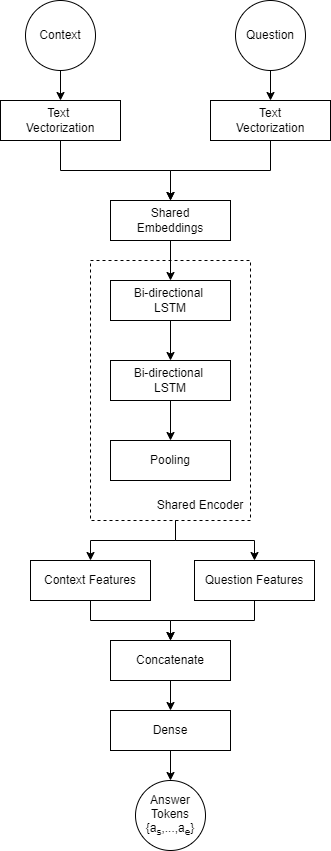
petrosgk/aisera_nlp_project keeps this draw.io diagram as qas_model.png. Above is the earlier version. Source tidied: cells renumbered, new cells last; positions are measured from the earlier drawing's top-left corner, leaving out a move shared by most shapes. Its diagram source:
```xml
<mxGraphModel>
  <root>
    <mxCell id="0" />
    <mxCell id="1" parent="0" />
    <mxCell id="2" style="rounded=0;whiteSpace=wrap;html=1;dashed=1;" parent="1" vertex="1">
      <mxGeometry x="90" y="260" width="160" height="260" as="geometry" />
    </mxCell>
    <mxCell id="3" style="edgeStyle=orthogonalEdgeStyle;rounded=0;jettySize=auto;html=1;exitX=0.5;exitY=1;exitDx=0;exitDy=0;" parent="1" edge="1" source="4" target="12">
      <mxGeometry relative="1" as="geometry" />
    </mxCell>
    <mxCell id="4" value="Text &lt;br&gt;Vectorization" style="rounded=0;whiteSpace=wrap;html=1;" parent="1" vertex="1">
      <mxGeometry y="100" width="120" height="40" as="geometry" />
    </mxCell>
    <mxCell id="5" style="edgeStyle=orthogonalEdgeStyle;rounded=0;jettySize=auto;html=1;exitX=0.5;exitY=1;exitDx=0;exitDy=0;entryX=0.5;entryY=0;entryDx=0;entryDy=0;" parent="1" edge="1" source="6" target="12">
      <mxGeometry relative="1" as="geometry" />
    </mxCell>
    <mxCell id="6" value="Text&lt;br&gt;Vectorization" style="rounded=0;whiteSpace=wrap;html=1;" parent="1" vertex="1">
      <mxGeometry x="210" y="100" width="120" height="40" as="geometry" />
    </mxCell>
    <mxCell id="7" style="edgeStyle=orthogonalEdgeStyle;rounded=0;jettySize=auto;html=1;" parent="1" edge="1" source="8" target="4">
      <mxGeometry relative="1" as="geometry" />
    </mxCell>
    <mxCell id="8" value="Context" style="ellipse;whiteSpace=wrap;html=1;" parent="1" vertex="1">
      <mxGeometry x="25" width="70" height="70" as="geometry" />
    </mxCell>
    <mxCell id="9" style="edgeStyle=orthogonalEdgeStyle;rounded=0;jettySize=auto;html=1;" parent="1" edge="1" source="10" target="6">
      <mxGeometry relative="1" as="geometry" />
    </mxCell>
    <mxCell id="10" value="Question" style="ellipse;whiteSpace=wrap;html=1;" parent="1" vertex="1">
      <mxGeometry x="235" width="70" height="70" as="geometry" />
    </mxCell>
    <mxCell id="11" style="edgeStyle=orthogonalEdgeStyle;rounded=0;jettySize=auto;html=1;" parent="1" edge="1" source="12" target="14">
      <mxGeometry relative="1" as="geometry" />
    </mxCell>
    <mxCell id="12" value="Shared&lt;br&gt;Embeddings" style="rounded=0;whiteSpace=wrap;html=1;" parent="1" vertex="1">
      <mxGeometry x="110" y="200" width="120" height="40" as="geometry" />
    </mxCell>
    <mxCell id="13" style="edgeStyle=orthogonalEdgeStyle;rounded=0;jettySize=auto;html=1;" parent="1" edge="1" source="14" target="16">
      <mxGeometry relative="1" as="geometry" />
    </mxCell>
    <mxCell id="14" value="Bi-directional&amp;nbsp;&lt;br&gt;LSTM" style="rounded=0;whiteSpace=wrap;html=1;" parent="1" vertex="1">
      <mxGeometry x="110" y="280" width="120" height="40" as="geometry" />
    </mxCell>
    <mxCell id="15" style="edgeStyle=orthogonalEdgeStyle;rounded=0;jettySize=auto;html=1;" parent="1" edge="1" source="16" target="20">
      <mxGeometry relative="1" as="geometry" />
    </mxCell>
    <mxCell id="16" value="Bi-directional&amp;nbsp;&lt;br&gt;LSTM" style="rounded=0;whiteSpace=wrap;html=1;" parent="1" vertex="1">
      <mxGeometry x="110" y="360" width="120" height="40" as="geometry" />
    </mxCell>
    <mxCell id="17" style="edgeStyle=orthogonalEdgeStyle;rounded=0;jettySize=auto;html=1;exitX=0.25;exitY=1;exitDx=0;exitDy=0;entryX=0.5;entryY=0;entryDx=0;entryDy=0;fontFamily=Helvetica;fontSize=12;fontColor=default;" parent="1" edge="1" source="19" target="25">
      <mxGeometry relative="1" as="geometry" />
    </mxCell>
    <mxCell id="18" style="edgeStyle=orthogonalEdgeStyle;rounded=0;jettySize=auto;html=1;exitX=0.25;exitY=1;exitDx=0;exitDy=0;entryX=0.5;entryY=0;entryDx=0;entryDy=0;fontFamily=Helvetica;fontSize=12;fontColor=default;" parent="1" edge="1" source="19" target="27">
      <mxGeometry relative="1" as="geometry" />
    </mxCell>
    <mxCell id="19" value="Shared Encoder" style="text;html=1;strokeColor=none;fillColor=none;align=center;verticalAlign=middle;whiteSpace=wrap;rounded=0;dashed=1;" parent="1" vertex="1">
      <mxGeometry x="150" y="490" width="100" height="30" as="geometry" />
    </mxCell>
    <mxCell id="20" value="Pooling" style="rounded=0;whiteSpace=wrap;html=1;" parent="1" vertex="1">
      <mxGeometry x="110" y="440" width="120" height="40" as="geometry" />
    </mxCell>
    <mxCell id="21" style="edgeStyle=orthogonalEdgeStyle;rounded=0;jettySize=auto;html=1;fontFamily=Helvetica;fontSize=12;fontColor=default;" parent="1" edge="1" source="22" target="23">
      <mxGeometry relative="1" as="geometry" />
    </mxCell>
    <mxCell id="22" value="Dense" style="rounded=0;whiteSpace=wrap;html=1;" parent="1" vertex="1">
      <mxGeometry x="110" y="710" width="120" height="40" as="geometry" />
    </mxCell>
    <mxCell id="23" value="Answer Tokens&lt;br&gt;{a&lt;sub&gt;s&lt;/sub&gt;,...,a&lt;sub&gt;e&lt;/sub&gt;}" style="ellipse;whiteSpace=wrap;html=1;" parent="1" vertex="1">
      <mxGeometry x="135" y="780" width="70" height="70" as="geometry" />
    </mxCell>
    <mxCell id="24" style="edgeStyle=orthogonalEdgeStyle;rounded=0;jettySize=auto;html=1;exitX=0.5;exitY=1;exitDx=0;exitDy=0;fontFamily=Helvetica;fontSize=12;fontColor=default;" parent="1" edge="1" source="25" target="29">
      <mxGeometry relative="1" as="geometry" />
    </mxCell>
    <mxCell id="25" value="Context Features" style="rounded=0;whiteSpace=wrap;html=1;" parent="1" vertex="1">
      <mxGeometry x="30" y="560" width="120" height="40" as="geometry" />
    </mxCell>
    <mxCell id="26" style="edgeStyle=orthogonalEdgeStyle;rounded=0;jettySize=auto;html=1;exitX=0.5;exitY=1;exitDx=0;exitDy=0;entryX=0.5;entryY=0;entryDx=0;entryDy=0;fontFamily=Helvetica;fontSize=12;fontColor=default;" parent="1" edge="1" source="27" target="29">
      <mxGeometry relative="1" as="geometry" />
    </mxCell>
    <mxCell id="27" value="Question Features" style="rounded=0;whiteSpace=wrap;html=1;" parent="1" vertex="1">
      <mxGeometry x="194" y="560" width="120" height="40" as="geometry" />
    </mxCell>
    <mxCell id="28" style="edgeStyle=orthogonalEdgeStyle;rounded=0;jettySize=auto;html=1;fontFamily=Helvetica;fontSize=12;fontColor=default;" parent="1" edge="1" source="29" target="22">
      <mxGeometry relative="1" as="geometry" />
    </mxCell>
    <mxCell id="29" value="Concatenate" style="rounded=0;whiteSpace=wrap;html=1;" parent="1" vertex="1">
      <mxGeometry x="110" y="640" width="120" height="40" as="geometry" />
    </mxCell>
  </root>
</mxGraphModel>
```
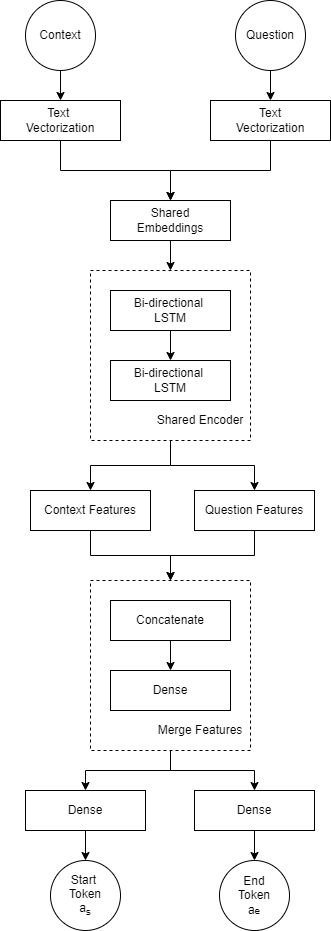
Later version of the same file.

Diff of the diagram source:
```diff
@@ -2,89 +2,107 @@
   <root>
     <mxCell id="0" />
     <mxCell id="1" parent="0" />
-    <mxCell id="2" style="rounded=0;whiteSpace=wrap;html=1;dashed=1;" parent="1" vertex="1">
-      <mxGeometry x="90" y="260" width="160" height="260" as="geometry" />
+    <mxCell id="2" style="edgeStyle=orthogonalEdgeStyle;rounded=0;jettySize=auto;html=1;exitX=0.5;exitY=1;exitDx=0;exitDy=0;entryX=0.5;entryY=0;entryDx=0;entryDy=0;" parent="1" edge="1" source="4" target="23">
+      <mxGeometry relative="1" as="geometry" />
     </mxCell>
-    <mxCell id="3" style="edgeStyle=orthogonalEdgeStyle;rounded=0;jettySize=auto;html=1;exitX=0.5;exitY=1;exitDx=0;exitDy=0;" parent="1" edge="1" source="4" target="12">
+    <mxCell id="3" style="edgeStyle=orthogonalEdgeStyle;rounded=0;jettySize=auto;html=1;exitX=0.5;exitY=1;exitDx=0;exitDy=0;entryX=0.5;entryY=0;entryDx=0;entryDy=0;" parent="1" edge="1" source="4" target="34">
       <mxGeometry relative="1" as="geometry" />
     </mxCell>
-    <mxCell id="4" value="Text &lt;br&gt;Vectorization" style="rounded=0;whiteSpace=wrap;html=1;" parent="1" vertex="1">
-      <mxGeometry y="100" width="120" height="40" as="geometry" />
+    <mxCell id="4" style="rounded=0;whiteSpace=wrap;html=1;dashed=1;" parent="1" vertex="1">
+      <mxGeometry x="90" y="580" width="160" height="170" as="geometry" />
     </mxCell>
-    <mxCell id="5" style="edgeStyle=orthogonalEdgeStyle;rounded=0;jettySize=auto;html=1;exitX=0.5;exitY=1;exitDx=0;exitDy=0;entryX=0.5;entryY=0;entryDx=0;entryDy=0;" parent="1" edge="1" source="6" target="12">
+    <mxCell id="5" style="edgeStyle=orthogonalEdgeStyle;rounded=0;jettySize=auto;html=1;exitX=0.5;exitY=1;exitDx=0;exitDy=0;entryX=0.5;entryY=0;entryDx=0;entryDy=0;" parent="1" edge="1" source="7" target="26">
       <mxGeometry relative="1" as="geometry" />
     </mxCell>
-    <mxCell id="6" value="Text&lt;br&gt;Vectorization" style="rounded=0;whiteSpace=wrap;html=1;" parent="1" vertex="1">
-      <mxGeometry x="210" y="100" width="120" height="40" as="geometry" />
+    <mxCell id="6" style="edgeStyle=orthogonalEdgeStyle;rounded=0;jettySize=auto;html=1;exitX=0.5;exitY=1;exitDx=0;exitDy=0;entryX=0.5;entryY=0;entryDx=0;entryDy=0;" parent="1" edge="1" source="7" target="28">
+      <mxGeometry relative="1" as="geometry" />
     </mxCell>
-    <mxCell id="7" style="edgeStyle=orthogonalEdgeStyle;rounded=0;jettySize=auto;html=1;" parent="1" edge="1" source="8" target="4">
-      <mxGeometry relative="1" as="geometry" />
+    <mxCell id="7" style="rounded=0;whiteSpace=wrap;html=1;dashed=1;" parent="1" vertex="1">
+      <mxGeometry x="90" y="270" width="160" height="170" as="geometry" />
     </mxCell>
-    <mxCell id="8" value="Context" style="ellipse;whiteSpace=wrap;html=1;" parent="1" vertex="1">
-      <mxGeometry x="25" width="70" height="70" as="geometry" />
+    <mxCell id="8" style="edgeStyle=orthogonalEdgeStyle;rounded=0;jettySize=auto;html=1;exitX=0.5;exitY=1;exitDx=0;exitDy=0;" parent="1" edge="1" source="9" target="17">
+      <mxGeometry relative="1" as="geometry" />
     </mxCell>
-    <mxCell id="9" style="edgeStyle=orthogonalEdgeStyle;rounded=0;jettySize=auto;html=1;" parent="1" edge="1" source="10" target="6">
-      <mxGeometry relative="1" as="geometry" />
+    <mxCell id="9" value="Text &lt;br&gt;Vectorization" style="rounded=0;whiteSpace=wrap;html=1;" parent="1" vertex="1">
+      <mxGeometry y="100" width="120" height="40" as="geometry" />
     </mxCell>
-    <mxCell id="10" value="Question" style="ellipse;whiteSpace=wrap;html=1;" parent="1" vertex="1">
-      <mxGeometry x="235" width="70" height="70" as="geometry" />
+    <mxCell id="10" style="edgeStyle=orthogonalEdgeStyle;rounded=0;jettySize=auto;html=1;exitX=0.5;exitY=1;exitDx=0;exitDy=0;entryX=0.5;entryY=0;entryDx=0;entryDy=0;" parent="1" edge="1" source="11" target="17">
+      <mxGeometry relative="1" as="geometry" />
     </mxCell>
-    <mxCell id="11" style="edgeStyle=orthogonalEdgeStyle;rounded=0;jettySize=auto;html=1;" parent="1" edge="1" source="12" target="14">
-      <mxGeometry relative="1" as="geometry" />
+    <mxCell id="11" value="Text&lt;br&gt;Vectorization" style="rounded=0;whiteSpace=wrap;html=1;" parent="1" vertex="1">
+      <mxGeometry x="210" y="100" width="120" height="40" as="geometry" />
     </mxCell>
-    <mxCell id="12" value="Shared&lt;br&gt;Embeddings" style="rounded=0;whiteSpace=wrap;html=1;" parent="1" vertex="1">
-      <mxGeometry x="110" y="200" width="120" height="40" as="geometry" />
+    <mxCell id="12" style="edgeStyle=orthogonalEdgeStyle;rounded=0;jettySize=auto;html=1;" parent="1" edge="1" source="13" target="9">
+      <mxGeometry relative="1" as="geometry" />
     </mxCell>
-    <mxCell id="13" style="edgeStyle=orthogonalEdgeStyle;rounded=0;jettySize=auto;html=1;" parent="1" edge="1" source="14" target="16">
-      <mxGeometry relative="1" as="geometry" />
+    <mxCell id="13" value="Context" style="ellipse;whiteSpace=wrap;html=1;" parent="1" vertex="1">
+      <mxGeometry x="25" width="70" height="70" as="geometry" />
     </mxCell>
-    <mxCell id="14" value="Bi-directional&amp;nbsp;&lt;br&gt;LSTM" style="rounded=0;whiteSpace=wrap;html=1;" parent="1" vertex="1">
-      <mxGeometry x="110" y="280" width="120" height="40" as="geometry" />
+    <mxCell id="14" style="edgeStyle=orthogonalEdgeStyle;rounded=0;jettySize=auto;html=1;" parent="1" edge="1" source="15" target="11">
+      <mxGeometry relative="1" as="geometry" />
     </mxCell>
-    <mxCell id="15" style="edgeStyle=orthogonalEdgeStyle;rounded=0;jettySize=auto;html=1;" parent="1" edge="1" source="16" target="20">
-      <mxGeometry relative="1" as="geometry" />
+    <mxCell id="15" value="Question" style="ellipse;whiteSpace=wrap;html=1;" parent="1" vertex="1">
+      <mxGeometry x="235" width="70" height="70" as="geometry" />
     </mxCell>
-    <mxCell id="16" value="Bi-directional&amp;nbsp;&lt;br&gt;LSTM" style="rounded=0;whiteSpace=wrap;html=1;" parent="1" vertex="1">
-      <mxGeometry x="110" y="360" width="120" height="40" as="geometry" />
+    <mxCell id="16" style="edgeStyle=orthogonalEdgeStyle;rounded=0;jettySize=auto;html=1;exitX=0.5;exitY=1;exitDx=0;exitDy=0;entryX=0.5;entryY=0;entryDx=0;entryDy=0;" parent="1" edge="1" source="17" target="7">
+      <mxGeometry relative="1" as="geometry" />
     </mxCell>
-    <mxCell id="17" style="edgeStyle=orthogonalEdgeStyle;rounded=0;jettySize=auto;html=1;exitX=0.25;exitY=1;exitDx=0;exitDy=0;entryX=0.5;entryY=0;entryDx=0;entryDy=0;fontFamily=Helvetica;fontSize=12;fontColor=default;" parent="1" edge="1" source="19" target="25">
-      <mxGeometry relative="1" as="geometry" />
+    <mxCell id="17" value="Shared&lt;br&gt;Embeddings" style="rounded=0;whiteSpace=wrap;html=1;" parent="1" vertex="1">
+      <mxGeometry x="110" y="200" width="120" height="40" as="geometry" />
     </mxCell>
-    <mxCell id="18" style="edgeStyle=orthogonalEdgeStyle;rounded=0;jettySize=auto;html=1;exitX=0.25;exitY=1;exitDx=0;exitDy=0;entryX=0.5;entryY=0;entryDx=0;entryDy=0;fontFamily=Helvetica;fontSize=12;fontColor=default;" parent="1" edge="1" source="19" target="27">
+    <mxCell id="18" style="edgeStyle=orthogonalEdgeStyle;rounded=0;jettySize=auto;html=1;" parent="1" edge="1" source="19" target="20">
       <mxGeometry relative="1" as="geometry" />
     </mxCell>
-    <mxCell id="19" value="Shared Encoder" style="text;html=1;strokeColor=none;fillColor=none;align=center;verticalAlign=middle;whiteSpace=wrap;rounded=0;dashed=1;" parent="1" vertex="1">
-      <mxGeometry x="150" y="490" width="100" height="30" as="geometry" />
+    <mxCell id="19" value="Bi-directional&amp;nbsp;&lt;br&gt;LSTM" style="rounded=0;whiteSpace=wrap;html=1;" parent="1" vertex="1">
+      <mxGeometry x="110" y="290" width="120" height="40" as="geometry" />
     </mxCell>
-    <mxCell id="20" value="Pooling" style="rounded=0;whiteSpace=wrap;html=1;" parent="1" vertex="1">
-      <mxGeometry x="110" y="440" width="120" height="40" as="geometry" />
+    <mxCell id="20" value="Bi-directional&amp;nbsp;&lt;br&gt;LSTM" style="rounded=0;whiteSpace=wrap;html=1;" parent="1" vertex="1">
+      <mxGeometry x="110" y="360" width="120" height="40" as="geometry" />
     </mxCell>
-    <mxCell id="21" style="edgeStyle=orthogonalEdgeStyle;rounded=0;jettySize=auto;html=1;fontFamily=Helvetica;fontSize=12;fontColor=default;" parent="1" edge="1" source="22" target="23">
-      <mxGeometry relative="1" as="geometry" />
+    <mxCell id="21" value="Shared Encoder" style="text;html=1;strokeColor=none;fillColor=none;align=center;verticalAlign=middle;whiteSpace=wrap;rounded=0;dashed=1;" parent="1" vertex="1">
+      <mxGeometry x="150" y="410" width="100" height="20" as="geometry" />
     </mxCell>
-    <mxCell id="22" value="Dense" style="rounded=0;whiteSpace=wrap;html=1;" parent="1" vertex="1">
-      <mxGeometry x="110" y="710" width="120" height="40" as="geometry" />
+    <mxCell id="22" style="edgeStyle=orthogonalEdgeStyle;rounded=0;jettySize=auto;html=1;" parent="1" edge="1" source="23" target="24">
+      <mxGeometry relative="1" as="geometry" />
     </mxCell>
-    <mxCell id="23" value="Answer Tokens&lt;br&gt;{a&lt;sub&gt;s&lt;/sub&gt;,...,a&lt;sub&gt;e&lt;/sub&gt;}" style="ellipse;whiteSpace=wrap;html=1;" parent="1" vertex="1">
-      <mxGeometry x="135" y="780" width="70" height="70" as="geometry" />
+    <mxCell id="23" value="Dense" style="rounded=0;whiteSpace=wrap;html=1;" parent="1" vertex="1">
+      <mxGeometry x="25" y="790" width="120" height="40" as="geometry" />
     </mxCell>
-    <mxCell id="24" style="edgeStyle=orthogonalEdgeStyle;rounded=0;jettySize=auto;html=1;exitX=0.5;exitY=1;exitDx=0;exitDy=0;fontFamily=Helvetica;fontSize=12;fontColor=default;" parent="1" edge="1" source="25" target="29">
-      <mxGeometry relative="1" as="geometry" />
+    <mxCell id="24" value="Start &lt;br&gt;Token&lt;br&gt;a&lt;sub&gt;s&lt;/sub&gt;" style="ellipse;whiteSpace=wrap;html=1;" parent="1" vertex="1">
+      <mxGeometry x="50" y="860" width="70" height="70" as="geometry" />
     </mxCell>
-    <mxCell id="25" value="Context Features" style="rounded=0;whiteSpace=wrap;html=1;" parent="1" vertex="1">
-      <mxGeometry x="30" y="560" width="120" height="40" as="geometry" />
+    <mxCell id="25" style="edgeStyle=orthogonalEdgeStyle;rounded=0;jettySize=auto;html=1;exitX=0.5;exitY=1;exitDx=0;exitDy=0;entryX=0.5;entryY=0;entryDx=0;entryDy=0;" parent="1" edge="1" source="26" target="4">
+      <mxGeometry relative="1" as="geometry" />
     </mxCell>
-    <mxCell id="26" style="edgeStyle=orthogonalEdgeStyle;rounded=0;jettySize=auto;html=1;exitX=0.5;exitY=1;exitDx=0;exitDy=0;entryX=0.5;entryY=0;entryDx=0;entryDy=0;fontFamily=Helvetica;fontSize=12;fontColor=default;" parent="1" edge="1" source="27" target="29">
-      <mxGeometry relative="1" as="geometry" />
+    <mxCell id="26" value="Context Features" style="rounded=0;whiteSpace=wrap;html=1;" parent="1" vertex="1">
+      <mxGeometry x="30" y="490" width="120" height="40" as="geometry" />
     </mxCell>
-    <mxCell id="27" value="Question Features" style="rounded=0;whiteSpace=wrap;html=1;" parent="1" vertex="1">
-      <mxGeometry x="194" y="560" width="120" height="40" as="geometry" />
+    <mxCell id="27" style="edgeStyle=orthogonalEdgeStyle;rounded=0;jettySize=auto;html=1;exitX=0.5;exitY=1;exitDx=0;exitDy=0;entryX=0.5;entryY=0;entryDx=0;entryDy=0;" parent="1" edge="1" source="28" target="4">
+      <mxGeometry relative="1" as="geometry" />
     </mxCell>
-    <mxCell id="28" style="edgeStyle=orthogonalEdgeStyle;rounded=0;jettySize=auto;html=1;fontFamily=Helvetica;fontSize=12;fontColor=default;" parent="1" edge="1" source="29" target="22">
-      <mxGeometry relative="1" as="geometry" />
+    <mxCell id="28" value="Question Features" style="rounded=0;whiteSpace=wrap;html=1;" parent="1" vertex="1">
+      <mxGeometry x="194" y="490" width="120" height="40" as="geometry" />
     </mxCell>
-    <mxCell id="29" value="Concatenate" style="rounded=0;whiteSpace=wrap;html=1;" parent="1" vertex="1">
-      <mxGeometry x="110" y="640" width="120" height="40" as="geometry" />
+    <mxCell id="29" style="edgeStyle=orthogonalEdgeStyle;rounded=0;jettySize=auto;html=1;" parent="1" edge="1" source="30" target="31">
+      <mxGeometry relative="1" as="geometry" />
     </mxCell>
+    <mxCell id="30" value="Concatenate" style="rounded=0;whiteSpace=wrap;html=1;" parent="1" vertex="1">
+      <mxGeometry x="110" y="600" width="120" height="40" as="geometry" />
+    </mxCell>
+    <mxCell id="31" value="Dense" style="rounded=0;whiteSpace=wrap;html=1;" parent="1" vertex="1">
+      <mxGeometry x="110" y="670" width="120" height="40" as="geometry" />
+    </mxCell>
+    <mxCell id="32" value="Merge Features" style="text;html=1;strokeColor=none;fillColor=none;align=center;verticalAlign=middle;whiteSpace=wrap;rounded=0;dashed=1;" parent="1" vertex="1">
+      <mxGeometry x="150" y="720" width="100" height="20" as="geometry" />
+    </mxCell>
+    <mxCell id="33" style="edgeStyle=orthogonalEdgeStyle;rounded=0;jettySize=auto;html=1;" parent="1" edge="1" source="34" target="35">
+      <mxGeometry relative="1" as="geometry" />
+    </mxCell>
+    <mxCell id="34" value="Dense" style="rounded=0;whiteSpace=wrap;html=1;" parent="1" vertex="1">
+      <mxGeometry x="194" y="790" width="120" height="40" as="geometry" />
+    </mxCell>
+    <mxCell id="35" value="End&lt;br&gt;Token&lt;br&gt;a&lt;span style=&quot;font-size: 10px&quot;&gt;e&lt;/span&gt;" style="ellipse;whiteSpace=wrap;html=1;" parent="1" vertex="1">
+      <mxGeometry x="219" y="860" width="70" height="70" as="geometry" />
+    </mxCell>
   </root>
 </mxGraphModel>
```
